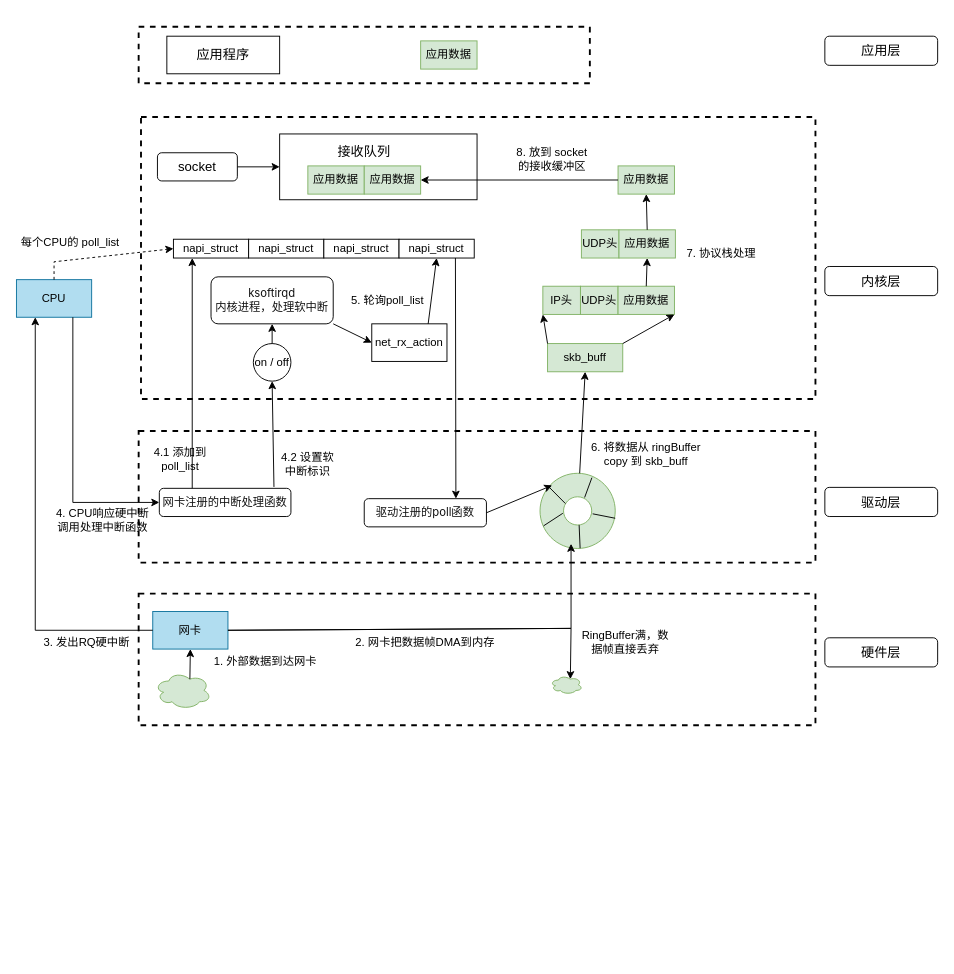
The draw.io diagram 图解网络.drawio in JianHao-Chen/UML, before the edit. Source tidied: cells renumbered, new cells numbered last; positions are measured from the earlier drawing's top-left corner, leaving out a move shared by most shapes. Both pictures are drawn from the tidied source at 94%, with x=0, y=0 at pixel (16, 26).
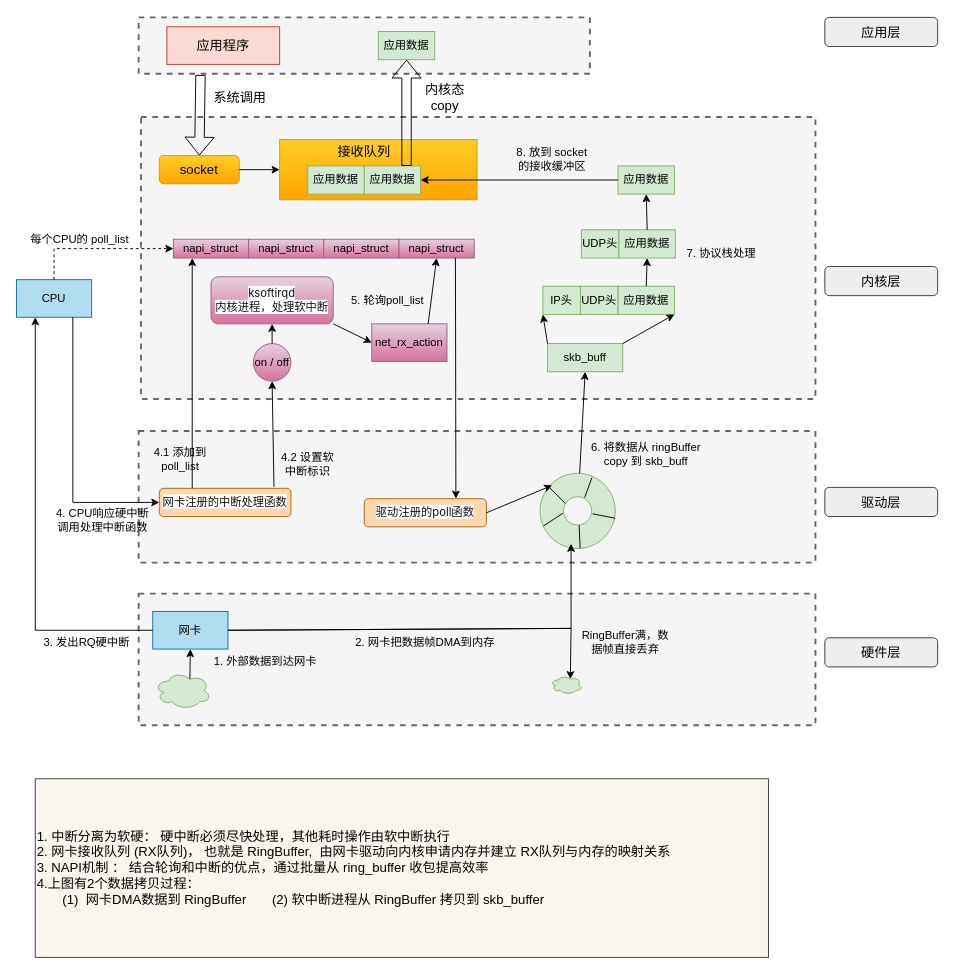
The same diagram, later.

Commit message (it also covers changes not shown here):
更新图解网络.drawio

The change refers to these unchanged cells:
```xml
<mxCell id="6" value="CPU" style="rounded=0;whiteSpace=wrap;html=1;fillColor=#b1ddf0;strokeColor=#10739e;" parent="1" vertex="1">
  <mxGeometry y="269" width="80" height="40" as="geometry" />
</mxCell>
<mxCell id="60" value="应用数据" style="rounded=0;whiteSpace=wrap;html=1;fontSize=12;fillColor=#d5e8d4;strokeColor=#82b366;" parent="1" vertex="1">
  <mxGeometry x="370" y="148" width="60" height="30" as="geometry" />
</mxCell>
```

Diff of the diagram source:
```diff
@@
-    <mxCell id="2" style="rounded=0;whiteSpace=wrap;html=1;dashed=1;strokeWidth=2;" parent="1" vertex="1">
+    <mxCell id="2" style="rounded=0;whiteSpace=wrap;html=1;dashed=1;strokeWidth=2;fillColor=#f5f5f5;fontColor=#333333;strokeColor=#666666;" parent="1" vertex="1">
       <mxGeometry x="130" y="603" width="720" height="140" as="geometry" />
     </mxCell>
-    <mxCell id="3" style="rounded=0;whiteSpace=wrap;html=1;fontSize=14;dashed=1;strokeWidth=2;" parent="1" vertex="1">
+    <mxCell id="3" style="rounded=0;whiteSpace=wrap;html=1;fontSize=14;dashed=1;strokeWidth=2;fillColor=#f5f5f5;fontColor=#333333;strokeColor=#666666;" parent="1" vertex="1">
       <mxGeometry x="132.5" y="96" width="717.5" height="300" as="geometry" />
     </mxCell>
@@
-    <mxCell id="5" style="rounded=0;whiteSpace=wrap;html=1;dashed=1;strokeWidth=2;" parent="1" vertex="1">
+    <mxCell id="5" style="rounded=0;whiteSpace=wrap;html=1;dashed=1;strokeWidth=2;fillColor=#f5f5f5;fontColor=#333333;strokeColor=#666666;" parent="1" vertex="1">
       <mxGeometry x="130" y="430" width="720" height="140" as="geometry" />
     </mxCell>
@@
-    <mxCell id="23" value="&lt;span style=&quot;color: rgb(18, 18, 18); font-family: -apple-system, BlinkMacSystemFont, &amp;quot;Helvetica Neue&amp;quot;, &amp;quot;PingFang SC&amp;quot;, &amp;quot;Microsoft YaHei&amp;quot;, &amp;quot;Source Han Sans SC&amp;quot;, &amp;quot;Noto Sans CJK SC&amp;quot;, &amp;quot;WenQuanYi Micro Hei&amp;quot;, sans-serif; text-align: start; background-color: rgb(255, 255, 255);&quot;&gt;&lt;font style=&quot;font-size: 12px;&quot;&gt;ksoftirqd&lt;br&gt;内核进程，处理软中断&lt;br&gt;&lt;/font&gt;&lt;/span&gt;" style="rounded=1;whiteSpace=wrap;html=1;" parent="1" vertex="1">
+    <mxCell id="23" value="&lt;span style=&quot;color: rgb(18, 18, 18); font-family: -apple-system, BlinkMacSystemFont, &amp;quot;Helvetica Neue&amp;quot;, &amp;quot;PingFang SC&amp;quot;, &amp;quot;Microsoft YaHei&amp;quot;, &amp;quot;Source Han Sans SC&amp;quot;, &amp;quot;Noto Sans CJK SC&amp;quot;, &amp;quot;WenQuanYi Micro Hei&amp;quot;, sans-serif; text-align: start; background-color: rgb(255, 255, 255);&quot;&gt;ksoftirqd&lt;/span&gt;&lt;br style=&quot;color: rgb(18, 18, 18); font-family: -apple-system, BlinkMacSystemFont, &amp;quot;Helvetica Neue&amp;quot;, &amp;quot;PingFang SC&amp;quot;, &amp;quot;Microsoft YaHei&amp;quot;, &amp;quot;Source Han Sans SC&amp;quot;, &amp;quot;Noto Sans CJK SC&amp;quot;, &amp;quot;WenQuanYi Micro Hei&amp;quot;, sans-serif; text-align: start; background-color: rgb(255, 255, 255);&quot;&gt;&lt;span style=&quot;color: rgb(18, 18, 18); font-family: -apple-system, BlinkMacSystemFont, &amp;quot;Helvetica Neue&amp;quot;, &amp;quot;PingFang SC&amp;quot;, &amp;quot;Microsoft YaHei&amp;quot;, &amp;quot;Source Han Sans SC&amp;quot;, &amp;quot;Noto Sans CJK SC&amp;quot;, &amp;quot;WenQuanYi Micro Hei&amp;quot;, sans-serif; text-align: start; background-color: rgb(255, 255, 255);&quot;&gt;内核进程，处理软中断&lt;/span&gt;&lt;span style=&quot;color: rgb(18, 18, 18); font-family: -apple-system, BlinkMacSystemFont, &amp;quot;Helvetica Neue&amp;quot;, &amp;quot;PingFang SC&amp;quot;, &amp;quot;Microsoft YaHei&amp;quot;, &amp;quot;Source Han Sans SC&amp;quot;, &amp;quot;Noto Sans CJK SC&amp;quot;, &amp;quot;WenQuanYi Micro Hei&amp;quot;, sans-serif; text-align: start; background-color: rgb(255, 255, 255);&quot;&gt;&lt;font style=&quot;font-size: 12px;&quot;&gt;&lt;br&gt;&lt;/font&gt;&lt;/span&gt;" style="rounded=1;whiteSpace=wrap;html=1;fillColor=#e6d0de;strokeColor=#996185;gradientColor=#d5739d;" parent="1" vertex="1">
       <mxGeometry x="207" y="266" width="130" height="50" as="geometry" />
     </mxCell>
-    <mxCell id="24" value="&lt;span style=&quot;color: rgb(18, 18, 18); font-family: -apple-system, BlinkMacSystemFont, &amp;quot;Helvetica Neue&amp;quot;, &amp;quot;PingFang SC&amp;quot;, &amp;quot;Microsoft YaHei&amp;quot;, &amp;quot;Source Han Sans SC&amp;quot;, &amp;quot;Noto Sans CJK SC&amp;quot;, &amp;quot;WenQuanYi Micro Hei&amp;quot;, sans-serif; text-align: start; background-color: rgb(255, 255, 255);&quot;&gt;&lt;font style=&quot;font-size: 12px;&quot;&gt;驱动注册的poll函数&lt;br&gt;&lt;/font&gt;&lt;/span&gt;" style="rounded=1;whiteSpace=wrap;html=1;" parent="1" vertex="1">
+    <mxCell id="24" value="&lt;span style=&quot;color: rgb(18, 18, 18); font-family: -apple-system, BlinkMacSystemFont, &amp;quot;Helvetica Neue&amp;quot;, &amp;quot;PingFang SC&amp;quot;, &amp;quot;Microsoft YaHei&amp;quot;, &amp;quot;Source Han Sans SC&amp;quot;, &amp;quot;Noto Sans CJK SC&amp;quot;, &amp;quot;WenQuanYi Micro Hei&amp;quot;, sans-serif; text-align: start; background-color: rgb(255, 255, 255);&quot;&gt;&lt;font style=&quot;font-size: 12px;&quot;&gt;驱动注册的poll函数&lt;br&gt;&lt;/font&gt;&lt;/span&gt;" style="rounded=1;whiteSpace=wrap;html=1;fillColor=#fad7ac;strokeColor=#b46504;" parent="1" vertex="1">
       <mxGeometry x="370" y="502" width="130" height="30" as="geometry" />
     </mxCell>
-    <mxCell id="25" value="&lt;span style=&quot;color: rgb(18, 18, 18); font-family: -apple-system, BlinkMacSystemFont, &amp;quot;Helvetica Neue&amp;quot;, &amp;quot;PingFang SC&amp;quot;, &amp;quot;Microsoft YaHei&amp;quot;, &amp;quot;Source Han Sans SC&amp;quot;, &amp;quot;Noto Sans CJK SC&amp;quot;, &amp;quot;WenQuanYi Micro Hei&amp;quot;, sans-serif; text-align: start; background-color: rgb(255, 255, 255);&quot;&gt;&lt;font style=&quot;font-size: 12px;&quot;&gt;网卡注册的中断处理函数&lt;br&gt;&lt;/font&gt;&lt;/span&gt;" style="rounded=1;whiteSpace=wrap;html=1;" parent="1" vertex="1">
+    <mxCell id="25" value="&lt;span style=&quot;color: rgb(18, 18, 18); font-family: -apple-system, BlinkMacSystemFont, &amp;quot;Helvetica Neue&amp;quot;, &amp;quot;PingFang SC&amp;quot;, &amp;quot;Microsoft YaHei&amp;quot;, &amp;quot;Source Han Sans SC&amp;quot;, &amp;quot;Noto Sans CJK SC&amp;quot;, &amp;quot;WenQuanYi Micro Hei&amp;quot;, sans-serif; text-align: start; background-color: rgb(255, 255, 255);&quot;&gt;&lt;font style=&quot;font-size: 12px;&quot;&gt;网卡注册的中断处理函数&lt;br&gt;&lt;/font&gt;&lt;/span&gt;" style="rounded=1;whiteSpace=wrap;html=1;fillColor=#fad7ac;strokeColor=#b46504;" parent="1" vertex="1">
       <mxGeometry x="152" y="491" width="140" height="30" as="geometry" />
     </mxCell>
@@
-    <mxCell id="28" value="on / off" style="ellipse;whiteSpace=wrap;html=1;fontSize=12;" parent="1" vertex="1">
+    <mxCell id="28" value="on / off" style="ellipse;whiteSpace=wrap;html=1;fontSize=12;fillColor=#e6d0de;strokeColor=#996185;gradientColor=#d5739d;" parent="1" vertex="1">
       <mxGeometry x="252" y="337" width="40" height="40" as="geometry" />
     </mxCell>
@@
-    <mxCell id="32" value="napi_struct" style="rounded=0;whiteSpace=wrap;html=1;fontSize=12;" parent="1" vertex="1">
+    <mxCell id="32" value="napi_struct" style="rounded=0;whiteSpace=wrap;html=1;fontSize=12;fillColor=#e6d0de;strokeColor=#996185;gradientColor=#d5739d;" parent="1" vertex="1">
       <mxGeometry x="167" y="226" width="80" height="20" as="geometry" />
     </mxCell>
-    <mxCell id="33" value="napi_struct" style="rounded=0;whiteSpace=wrap;html=1;fontSize=12;" parent="1" vertex="1">
+    <mxCell id="33" value="napi_struct" style="rounded=0;whiteSpace=wrap;html=1;fontSize=12;fillColor=#e6d0de;strokeColor=#996185;gradientColor=#d5739d;" parent="1" vertex="1">
       <mxGeometry x="247" y="226" width="80" height="20" as="geometry" />
     </mxCell>
     <mxCell id="34" value="每个CPU的 poll_list" style="text;html=1;strokeColor=none;fillColor=none;align=center;verticalAlign=middle;whiteSpace=wrap;rounded=0;fontSize=12;" parent="1" vertex="1">
-      <mxGeometry y="220" width="115" height="20" as="geometry" />
+      <mxGeometry x="10" y="216" width="115" height="20" as="geometry" />
     </mxCell>
-    <mxCell id="35" value="napi_struct" style="rounded=0;whiteSpace=wrap;html=1;fontSize=12;" parent="1" vertex="1">
+    <mxCell id="35" value="napi_struct" style="rounded=0;whiteSpace=wrap;html=1;fontSize=12;fillColor=#e6d0de;strokeColor=#996185;gradientColor=#d5739d;" parent="1" vertex="1">
       <mxGeometry x="327" y="226" width="80" height="20" as="geometry" />
     </mxCell>
-    <mxCell id="36" value="net_rx_action" style="rounded=0;whiteSpace=wrap;html=1;fontSize=12;" parent="1" vertex="1">
+    <mxCell id="36" value="net_rx_action" style="rounded=0;whiteSpace=wrap;html=1;fontSize=12;fillColor=#e6d0de;strokeColor=#996185;gradientColor=#d5739d;" parent="1" vertex="1">
       <mxGeometry x="378" y="316" width="80" height="40" as="geometry" />
     </mxCell>
@@
-    <mxCell id="38" value="napi_struct" style="rounded=0;whiteSpace=wrap;html=1;fontSize=12;" parent="1" vertex="1">
+    <mxCell id="38" value="napi_struct" style="rounded=0;whiteSpace=wrap;html=1;fontSize=12;fillColor=#e6d0de;strokeColor=#996185;gradientColor=#d5739d;" parent="1" vertex="1">
       <mxGeometry x="407" y="226" width="80" height="20" as="geometry" />
     </mxCell>
     <mxCell id="39" style="endArrow=classic;html=1;rounded=0;fontSize=12;exitX=0.5;exitY=0;exitDx=0;exitDy=0;entryX=0;entryY=0.5;entryDx=0;entryDy=0;dashed=1;" parent="1" edge="1" source="6" target="32">
       <mxGeometry relative="1" as="geometry">
         <Array as="points">
-          <mxPoint x="40" y="250" />
+          <mxPoint x="40" y="236" />
         </Array>
       </mxGeometry>
     </mxCell>
@@
-    <mxCell id="56" style="rounded=0;whiteSpace=wrap;html=1;fontSize=12;" parent="1" vertex="1">
-      <mxGeometry x="280" y="114" width="210" height="70" as="geometry" />
+    <mxCell id="56" style="rounded=0;whiteSpace=wrap;html=1;fontSize=12;fillColor=#ffcd28;gradientColor=#ffa500;strokeColor=#d79b00;" parent="1" vertex="1">
+      <mxGeometry x="280" y="120" width="210" height="64" as="geometry" />
     </mxCell>
-    <mxCell id="57" value="&lt;font style=&quot;font-size: 14px;&quot;&gt;socket&lt;/font&gt;" style="rounded=1;whiteSpace=wrap;html=1;fontSize=12;" parent="1" vertex="1">
-      <mxGeometry x="150" y="134" width="85" height="30" as="geometry" />
+    <mxCell id="57" value="&lt;font style=&quot;font-size: 14px;&quot;&gt;socket&lt;/font&gt;" style="rounded=1;whiteSpace=wrap;html=1;fontSize=12;fillColor=#ffcd28;gradientColor=#ffa500;strokeColor=#d79b00;" parent="1" vertex="1">
+      <mxGeometry x="152" y="137" width="85" height="30" as="geometry" />
     </mxCell>
@@
-    <mxCell id="63" style="rounded=0;whiteSpace=wrap;html=1;fontSize=14;strokeWidth=2;dashed=1;" parent="1" vertex="1">
-      <mxGeometry x="130" width="480" height="60" as="geometry" />
+    <mxCell id="63" style="rounded=0;whiteSpace=wrap;html=1;fontSize=14;strokeWidth=2;dashed=1;fillColor=#f5f5f5;strokeColor=#666666;fontColor=#333333;" parent="1" vertex="1">
+      <mxGeometry x="130" y="-10" width="480" height="60" as="geometry" />
     </mxCell>
     <mxCell id="64" value="应用数据" style="rounded=0;whiteSpace=wrap;html=1;fontSize=12;fillColor=#d5e8d4;strokeColor=#82b366;" parent="1" vertex="1">
-      <mxGeometry x="430" y="15" width="60" height="30" as="geometry" />
+      <mxGeometry x="385" y="5" width="60" height="30" as="geometry" />
     </mxCell>
-    <mxCell id="65" value="应用程序" style="rounded=0;whiteSpace=wrap;html=1;fontSize=14;" parent="1" vertex="1">
-      <mxGeometry x="160" y="10" width="120" height="40" as="geometry" />
+    <mxCell id="65" value="应用程序" style="rounded=0;whiteSpace=wrap;html=1;fontSize=14;fillColor=#fad9d5;strokeColor=#ae4132;" parent="1" vertex="1">
+      <mxGeometry x="160" width="120" height="40" as="geometry" />
     </mxCell>
@@
-    <mxCell id="70" value="内核层" style="rounded=1;whiteSpace=wrap;html=1;strokeWidth=1;fontSize=14;" parent="1" vertex="1">
+    <mxCell id="70" value="内核层" style="rounded=1;whiteSpace=wrap;html=1;strokeWidth=1;fontSize=14;fillColor=#eeeeee;strokeColor=#36393d;" parent="1" vertex="1">
       <mxGeometry x="860" y="255" width="120" height="31" as="geometry" />
     </mxCell>
-    <mxCell id="71" value="驱动层" style="rounded=1;whiteSpace=wrap;html=1;strokeWidth=1;fontSize=14;" parent="1" vertex="1">
+    <mxCell id="71" value="驱动层" style="rounded=1;whiteSpace=wrap;html=1;strokeWidth=1;fontSize=14;fillColor=#eeeeee;strokeColor=#36393d;" parent="1" vertex="1">
       <mxGeometry x="860" y="490" width="120" height="31" as="geometry" />
     </mxCell>
@@
-    <mxCell id="73" value="硬件层" style="rounded=1;whiteSpace=wrap;html=1;strokeWidth=1;fontSize=14;" parent="1" vertex="1">
+    <mxCell id="73" value="硬件层" style="rounded=1;whiteSpace=wrap;html=1;strokeWidth=1;fontSize=14;fillColor=#eeeeee;strokeColor=#36393d;" parent="1" vertex="1">
       <mxGeometry x="860" y="650" width="120" height="31" as="geometry" />
     </mxCell>
-    <mxCell id="74" value="应用层" style="rounded=1;whiteSpace=wrap;html=1;strokeWidth=1;fontSize=14;" parent="1" vertex="1">
-      <mxGeometry x="860" y="10" width="120" height="31" as="geometry" />
+    <mxCell id="74" value="应用层" style="rounded=1;whiteSpace=wrap;html=1;strokeWidth=1;fontSize=14;fillColor=#eeeeee;strokeColor=#36393d;" parent="1" vertex="1">
+      <mxGeometry x="860" y="-10" width="120" height="31" as="geometry" />
     </mxCell>
+    <mxCell id="75" style="shape=flexArrow;endArrow=classic;html=1;rounded=0;fontSize=14;exitX=0.137;exitY=1.07;exitDx=0;exitDy=0;exitPerimeter=0;entryX=0.5;entryY=0;entryDx=0;entryDy=0;" parent="1" edge="1" target="57">
+      <mxGeometry relative="1" as="geometry">
+        <mxPoint x="195.8" y="51.2" as="sourcePoint" />
+      </mxGeometry>
+    </mxCell>
+    <mxCell id="76" value="系统调用" style="text;html=1;strokeColor=none;fillColor=none;align=center;verticalAlign=middle;whiteSpace=wrap;rounded=0;strokeWidth=1;fontSize=14;" parent="1" vertex="1">
+      <mxGeometry x="208" y="60" width="60" height="30" as="geometry" />
+    </mxCell>
+    <mxCell id="77" style="shape=flexArrow;endArrow=classic;html=1;rounded=0;fontSize=14;exitX=0.75;exitY=0;exitDx=0;exitDy=0;entryX=0.5;entryY=1;entryDx=0;entryDy=0;" parent="1" edge="1" source="60" target="64">
+      <mxGeometry relative="1" as="geometry" />
+    </mxCell>
+    <mxCell id="78" value="内核态copy" style="text;html=1;strokeColor=none;fillColor=none;align=center;verticalAlign=middle;whiteSpace=wrap;rounded=0;strokeWidth=1;fontSize=14;" parent="1" vertex="1">
+      <mxGeometry x="426" y="60" width="60" height="30" as="geometry" />
+    </mxCell>
+    <mxCell id="79" value="1. 中断分离为软硬： 硬中断必须尽快处理，其他耗时操作由软中断执行&lt;br&gt;2. 网卡接收队列 (RX队列)， 也就是 RingBuffer,&amp;nbsp; 由网卡驱动向内核申请内存并建立 RX队列与内存的映射关系&lt;br&gt;3. NAPI机制 ： 结合轮询和中断的优点，通过批量从 ring_buffer 收包提高效率&lt;br&gt;4.上图有2个数据拷贝过程：&lt;br&gt;&amp;nbsp; &amp;nbsp; &amp;nbsp; &amp;nbsp;(1)&amp;nbsp; 网卡DMA数据到 RingBuffer&amp;nbsp; &amp;nbsp; &amp;nbsp; &amp;nbsp;(2) 软中断进程从 RingBuffer 拷贝到 skb_buffer" style="rounded=0;whiteSpace=wrap;html=1;strokeWidth=1;fontSize=14;align=left;fillColor=#f9f7ed;strokeColor=#36393d;" parent="1" vertex="1">
+      <mxGeometry x="20" y="800" width="780" height="190" as="geometry" />
+    </mxCell>
```
